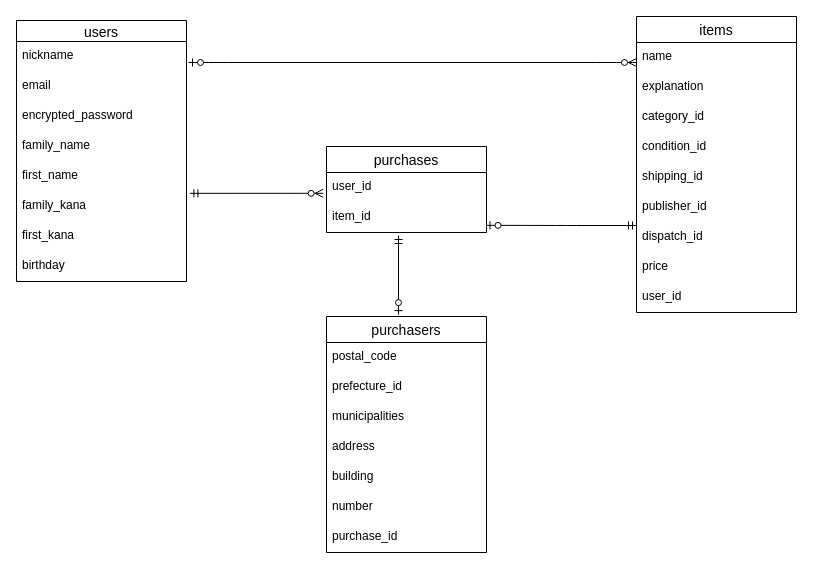
Earlier version of the draw.io diagram furima.dio (86okimasa/furima-31128). Source tidied: cells renumbered, new cells numbered last; positions are measured from the earlier drawing's top-left corner, leaving out a move shared by most shapes. Both pictures are drawn from the tidied source at 100%, with x=0, y=0 at pixel (16, 16).
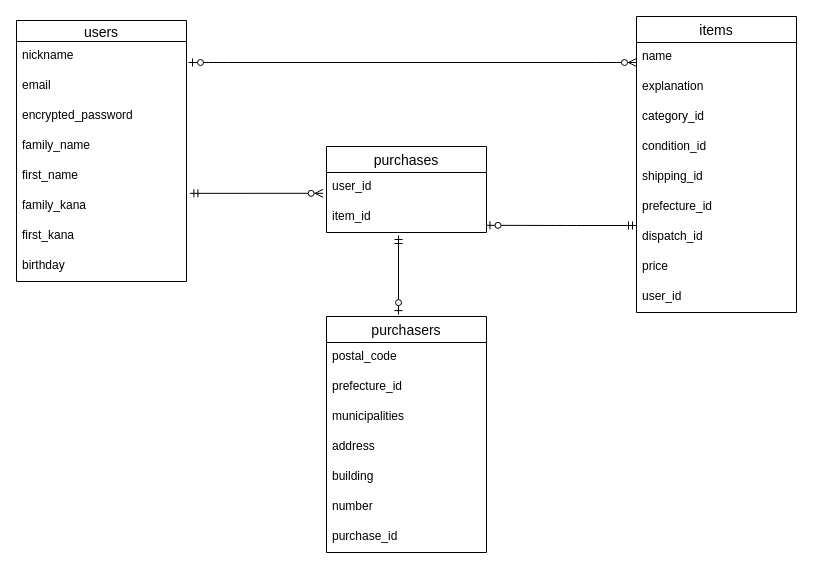
After the change.

Commit message (it also covers changes not shown here):
カラム名統一の為修正

Unchanged cells that the change refers to:
```xml
<mxCell id="23" value="items" style="swimlane;fontStyle=0;horizontal=1;startSize=26;align=center;fontSize=14;" parent="1" vertex="1">
  <mxGeometry x="620" width="160" height="296" as="geometry" />
</mxCell>
```

Change to the diagram source:
```diff
@@
-    <mxCell id="29" value="publisher_id" style="text;strokeColor=none;fillColor=none;spacingLeft=4;spacingRight=4;overflow=hidden;fontSize=12;" parent="23" vertex="1">
+    <mxCell id="29" value="prefecture_id" style="text;strokeColor=none;fillColor=none;spacingLeft=4;spacingRight=4;overflow=hidden;fontSize=12;" parent="23" vertex="1">
       <mxGeometry y="176" width="160" height="30" as="geometry" />
     </mxCell>
```
